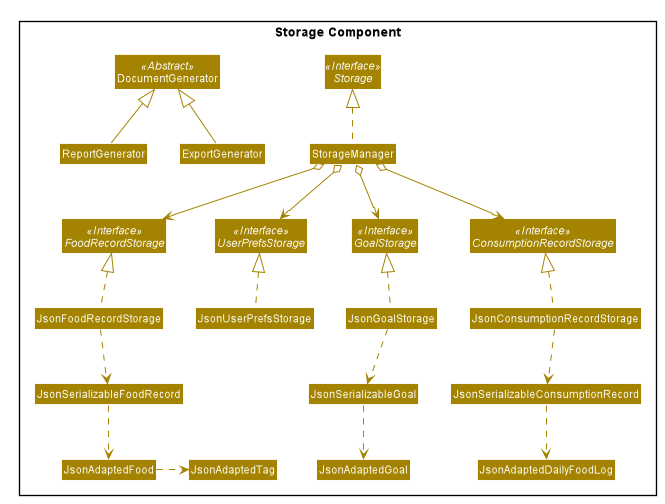
The PlantUML diagram docs/images/StorageClassDiagram.png in ray-97/main, before a commit. Its diagram source:
```plantuml
@startuml








skinparam BackgroundColor #FFFFFFF

skinparam Shadowing false

skinparam Class {
    FontColor #FFFFFF
    BorderThickness 1
    BorderColor #FFFFFF
    StereotypeFontColor #FFFFFF
    FontName Arial
}

skinparam Actor {
    BorderColor #000000
    Color #000000
    FontName Arial
}

skinparam Sequence {
    MessageAlign center
    BoxFontSize 15
    BoxPadding 0
    BoxFontColor #FFFFFF
    FontName Arial
}

skinparam Participant {
    FontColor #FFFFFFF
    Padding 20
}

skinparam MinClassWidth 50
skinparam ParticipantPadding 10
skinparam Shadowing false
skinparam DefaultTextAlignment center
skinparam packageStyle Rectangle

hide footbox
hide members
hide circle
skinparam arrowThickness 1.1
skinparam arrowColor #A38300
skinparam classBackgroundColor #A38300

package "Storage Component"{
Interface Storage <<Interface>>
Interface FoodRecordStorage <<Interface>>
Interface ConsumptionRecordStorage <<Interface>>
Interface UserPrefsStorage <<Interface>>
Interface GoalStorage <<Interface>>

Class DocumentGenerator <<Abstract>>
Class ReportGenerator
Class ExportGenerator
Class StorageManager
Class JsonUserPrefsStorage
Class JsonFoodRecordStorage
Class JsonConsumptionRecordStorage
Class JsonGoalStorage
Class JsonSerializableGoal
Class JsonSerializableFoodRecord
Class JsonSerializableConsumptionRecord
Class JsonAdaptedFood
Class JsonAdaptedGoal
Class JsonAdaptedTag
Class JsonAdaptedDailyFoodLog

DocumentGenerator <|-- ReportGenerator
DocumentGenerator <|-- ExportGenerator

StorageManager .up.|> Storage
StorageManager o--> UserPrefsStorage
StorageManager o--> ConsumptionRecordStorage
StorageManager o--> FoodRecordStorage
StorageManager o--> GoalStorage

JsonConsumptionRecordStorage .up.|> ConsumptionRecordStorage
JsonConsumptionRecordStorage .down.> JsonSerializableConsumptionRecord
JsonSerializableConsumptionRecord .down.> JsonAdaptedDailyFoodLog

JsonGoalStorage .up.|> GoalStorage
JsonGoalStorage ..> JsonSerializableGoal
JsonSerializableGoal ..> JsonAdaptedGoal

JsonUserPrefsStorage .up.|> UserPrefsStorage

JsonFoodRecordStorage .up.|> FoodRecordStorage
JsonFoodRecordStorage .down.> JsonSerializableFoodRecord
JsonSerializableFoodRecord .down.> JsonAdaptedFood
JsonAdaptedFood .right.> JsonAdaptedTag
}
@enduml
```
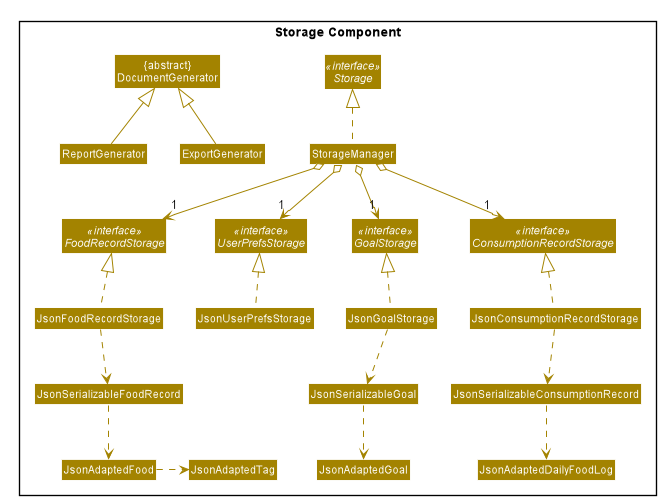
Later version of the same file.

Commit message:
Edit StorageManager for defensive programming. Improve StorageClassDiagram for DG.

What changed in the source:
```diff
@@ -52,13 +52,13 @@
 skinparam classBackgroundColor #A38300
 
 package "Storage Component"{
-Interface Storage <<Interface>>
-Interface FoodRecordStorage <<Interface>>
-Interface ConsumptionRecordStorage <<Interface>>
-Interface UserPrefsStorage <<Interface>>
-Interface GoalStorage <<Interface>>
+Interface Storage <<interface>>
+Interface FoodRecordStorage <<interface>>
+Interface ConsumptionRecordStorage <<interface>>
+Interface UserPrefsStorage <<interface>>
+Interface GoalStorage <<interface>>
 
-Class DocumentGenerator <<Abstract>>
+Class "{abstract}\nDocumentGenerator"
 Class ReportGenerator
 Class ExportGenerator
 Class StorageManager
@@ -74,14 +74,14 @@
 Class JsonAdaptedTag
 Class JsonAdaptedDailyFoodLog
 
-DocumentGenerator <|-- ReportGenerator
-DocumentGenerator <|-- ExportGenerator
+"{abstract}\nDocumentGenerator" <|-- ReportGenerator
+"{abstract}\nDocumentGenerator" <|-- ExportGenerator
 
 StorageManager .up.|> Storage
-StorageManager o--> UserPrefsStorage
-StorageManager o--> ConsumptionRecordStorage
-StorageManager o--> FoodRecordStorage
-StorageManager o--> GoalStorage
+StorageManager o--> "1" UserPrefsStorage
+StorageManager o--> "1" ConsumptionRecordStorage
+StorageManager o--> "1" FoodRecordStorage
+StorageManager o--> "1" GoalStorage
 
 JsonConsumptionRecordStorage .up.|> ConsumptionRecordStorage
 JsonConsumptionRecordStorage .down.> JsonSerializableConsumptionRecord
```
